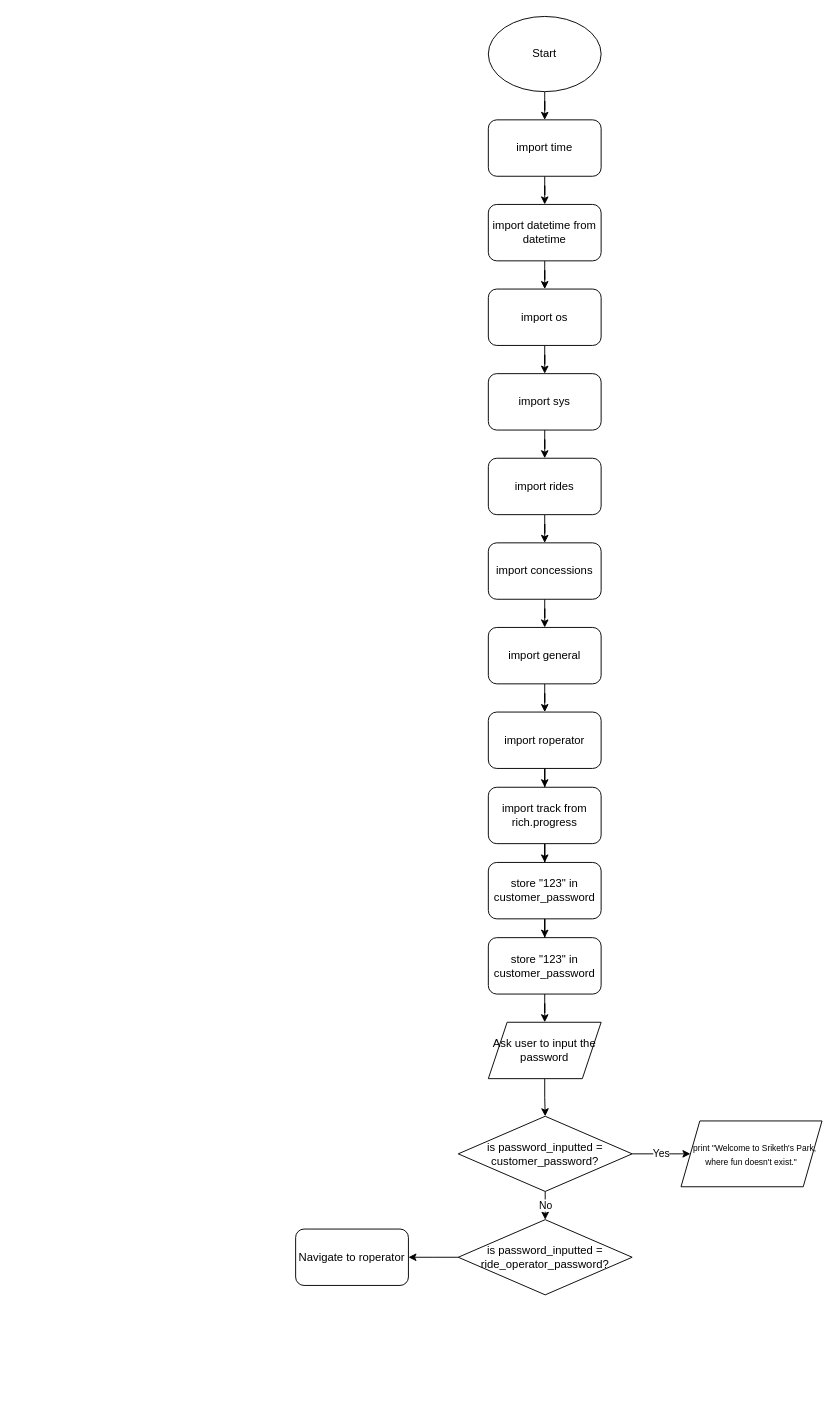
Above: Error Journaling/main.drawio in asdcf35/classwork (draw.io), before the change. Source tidied: cells renumbered, new cells numbered last; positions are measured from the earlier drawing's top-left corner, leaving out a move shared by most shapes. Both pictures are drawn from the tidied source at 94%, with x=0, y=0 at pixel (295, 16).
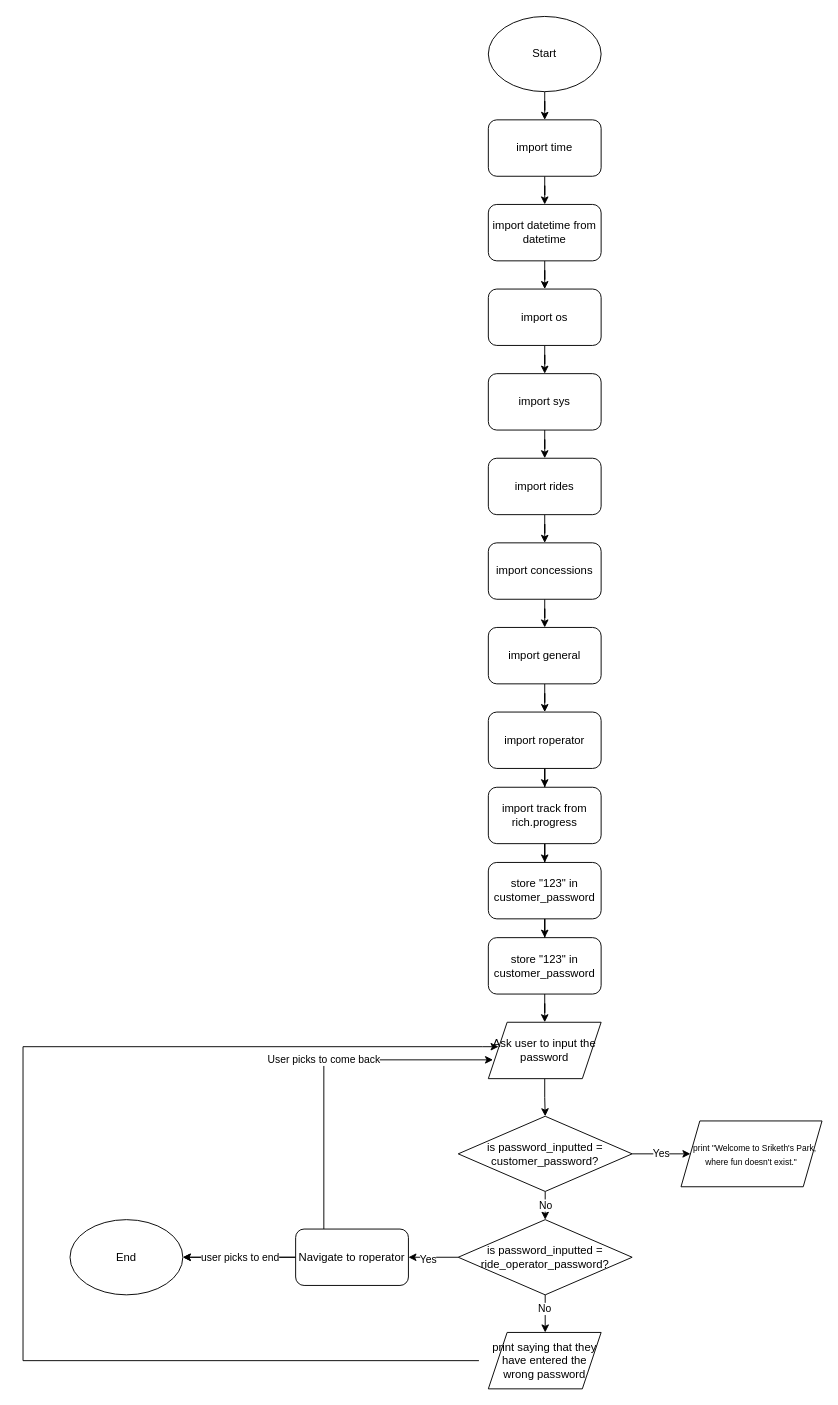
After the change.

The change refers to these unchanged cells:
```xml
<mxCell id="28" style="edgeStyle=orthogonalEdgeStyle;rounded=0;jettySize=auto;html=1;" parent="1" edge="1" source="29">
  <mxGeometry relative="1" as="geometry">
    <mxPoint x="120" y="1320" as="targetPoint" />
  </mxGeometry>
</mxCell>
<mxCell id="29" value="is password_inputted = ride_operator_password?" style="rhombus;whiteSpace=wrap;html=1;" parent="1" vertex="1">
  <mxGeometry x="173" y="1280" width="185" height="80" as="geometry" />
</mxCell>
<mxCell id="34" value="Navigate to roperator" style="rounded=1;whiteSpace=wrap;html=1;" parent="1" vertex="1">
  <mxGeometry y="1290" width="120" height="60" as="geometry" />
</mxCell>
```

What changed in the source:
```diff
@@
-    <mxCell id="27" value="Ask user to input the password" style="shape=parallelogram;perimeter=parallelogramPerimeter;whiteSpace=wrap;html=1;fixedSize=1;" parent="1" vertex="1">
+    <mxCell id="27" value="&lt;div&gt;&lt;span style=&quot;background-color: initial;&quot;&gt;Ask user to input the password&lt;/span&gt;&lt;br&gt;&lt;/div&gt;" style="shape=parallelogram;perimeter=parallelogramPerimeter;whiteSpace=wrap;html=1;fixedSize=1;" parent="1" vertex="1">
       <mxGeometry x="205" y="1070" width="120" height="60" as="geometry" />
     </mxCell>
@@
+    <mxCell id="35" value="Yes" style="edgeLabel;html=1;align=center;verticalAlign=middle;" parent="28" vertex="1">
+      <mxGeometry x="0.23" y="2" relative="1" as="geometry" />
+    </mxCell>
+    <mxCell id="36" style="edgeStyle=orthogonalEdgeStyle;rounded=0;jettySize=auto;html=1;" parent="1" edge="1" source="29">
+      <mxGeometry relative="1" as="geometry">
+        <mxPoint x="265.5" y="1400" as="targetPoint" />
+      </mxGeometry>
+    </mxCell>
+    <mxCell id="37" value="No" style="edgeLabel;html=1;align=center;verticalAlign=middle;" parent="36" vertex="1">
+      <mxGeometry x="-0.33" y="-1" relative="1" as="geometry" />
+    </mxCell>
@@
+    <mxCell id="38" style="edgeStyle=orthogonalEdgeStyle;rounded=0;jettySize=auto;html=1;entryX=1;entryY=0.5;entryDx=0;entryDy=0;" parent="1" edge="1" source="34" target="42">
+      <mxGeometry relative="1" as="geometry" />
+    </mxCell>
+    <mxCell id="39" value="User picks to come back" style="edgeStyle=orthogonalEdgeStyle;rounded=0;orthogonalLoop=1;jettySize=auto;html=1;" parent="1" edge="1">
+      <mxGeometry relative="1" as="geometry">
+        <mxPoint x="30" y="1290" as="sourcePoint" />
+        <mxPoint x="210" y="1110" as="targetPoint" />
+        <Array as="points">
+          <mxPoint x="30" y="1110" />
+        </Array>
+      </mxGeometry>
+    </mxCell>
+    <mxCell id="40" style="edgeStyle=orthogonalEdgeStyle;rounded=0;jettySize=auto;html=1;" parent="1" edge="1" source="34" target="42">
+      <mxGeometry relative="1" as="geometry" />
+    </mxCell>
+    <mxCell id="41" value="user picks to end" style="edgeLabel;html=1;align=center;verticalAlign=middle;" parent="40" vertex="1">
+      <mxGeometry x="-0.43" y="-2" relative="1" as="geometry">
+        <mxPoint x="-26" y="2" as="offset" />
+      </mxGeometry>
+    </mxCell>
@@
+    <mxCell id="42" value="End" style="ellipse;whiteSpace=wrap;html=1;" parent="1" vertex="1">
+      <mxGeometry x="-240" y="1280" width="120" height="80" as="geometry" />
+    </mxCell>
+    <mxCell id="43" value="print saying that they have entered the wrong password" style="shape=parallelogram;perimeter=parallelogramPerimeter;whiteSpace=wrap;html=1;fixedSize=1;" parent="1" vertex="1">
+      <mxGeometry x="205" y="1400" width="120" height="60" as="geometry" />
+    </mxCell>
+    <mxCell id="44" style="edgeStyle=orthogonalEdgeStyle;rounded=0;orthogonalLoop=1;jettySize=auto;html=1;" parent="1" edge="1">
+      <mxGeometry relative="1" as="geometry">
+        <mxPoint x="195" y="1430" as="sourcePoint" />
+        <mxPoint x="215.9" y="1096" as="targetPoint" />
+        <Array as="points">
+          <mxPoint x="-290" y="1430" />
+          <mxPoint x="-290" y="1096" />
+          <mxPoint x="199" y="1096" />
+        </Array>
+      </mxGeometry>
+    </mxCell>
```
